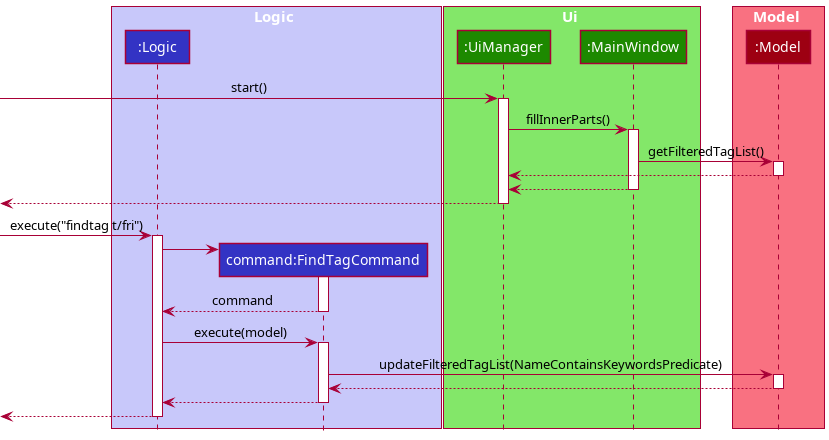
Above: docs/images/TagFindSequenceDiagram.png in nus-cs2103-AY2122S2/tp (PlantUML), before the change.
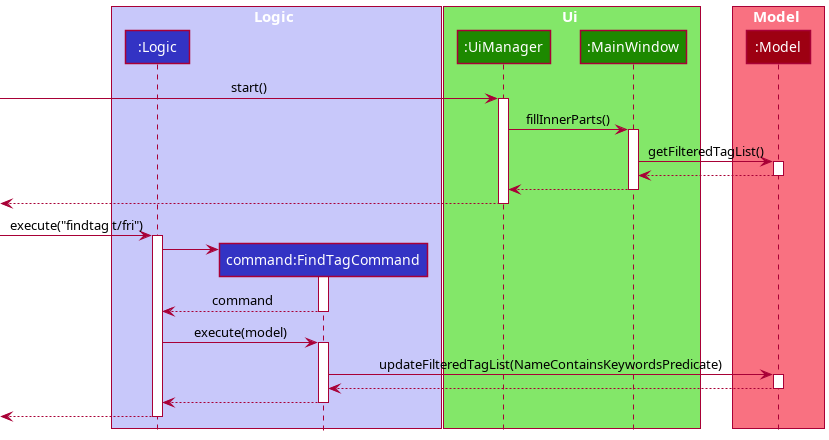
Above is the later version.

Commit message:
Update sequence diagram

The edit, as a diff of the source:
```diff
@@ -21,7 +21,7 @@
 activate MainWindow
 MainWindow -> Model : getFilteredTagList()
 activate Model
-UiManager <-- Model
+MainWindow <-- Model
 deactivate Model
 UiManager <-- MainWindow
 deactivate MainWindow
```
